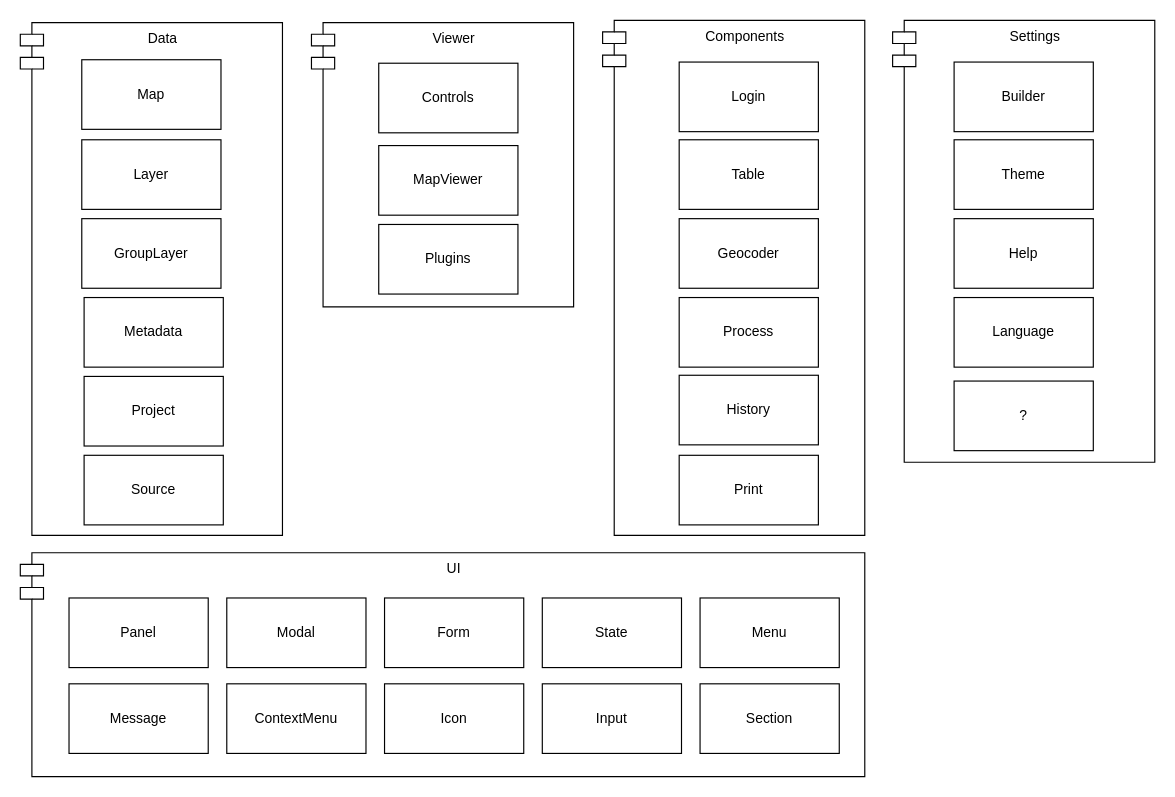
The draw.io diagram page "Modules" (1 of 2) of src/docs/diagrams/App.drawio in ign-argentina/argenmap, before the edit. Source tidied: cells renumbered, new cells numbered last; positions are measured from the earlier drawing's top-left corner, leaving out a move shared by most shapes. Both pictures are drawn from the tidied source at 116%, with x=0, y=0 at pixel (20, 20).
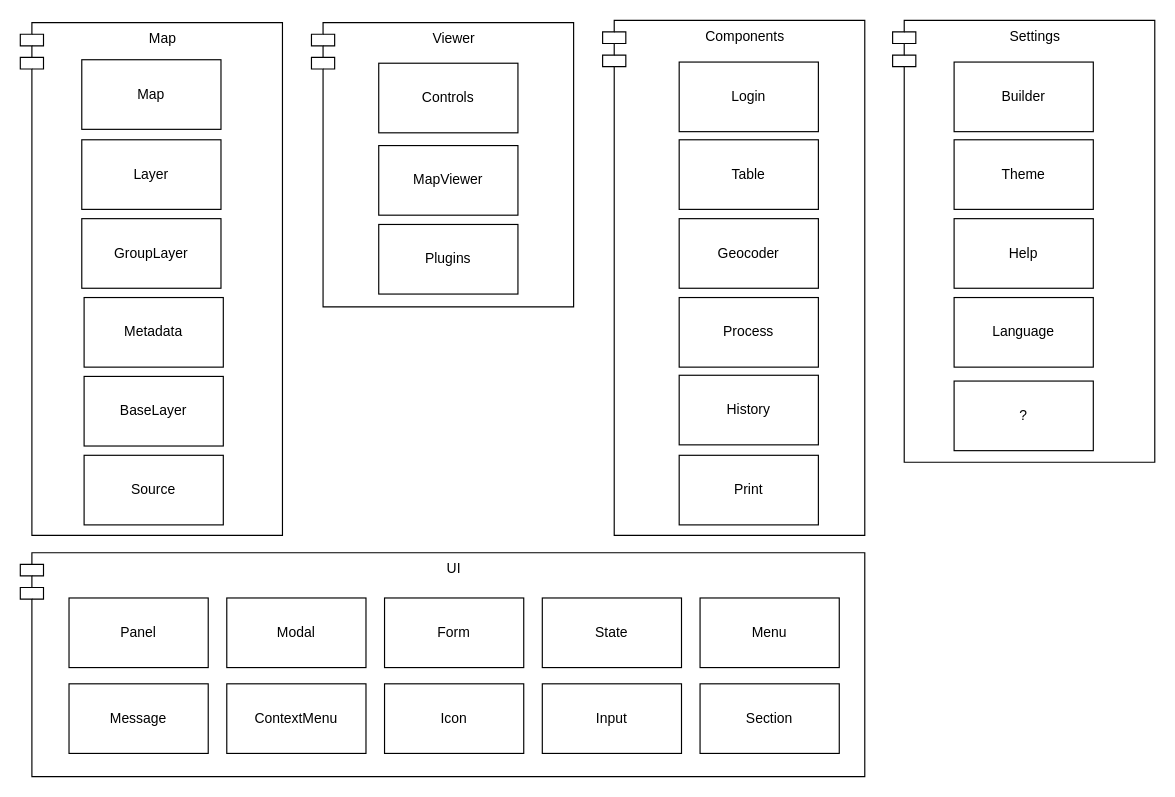
The same page after the edit.

What changed in the source:
```diff
@@
-    <mxCell id="5" value="Data" style="shape=module;align=left;spacingLeft=20;align=center;verticalAlign=top;" parent="1" vertex="1">
+    <mxCell id="5" value="Map" style="shape=module;align=left;spacingLeft=20;align=center;verticalAlign=top;" parent="1" vertex="1">
       <mxGeometry y="2" width="226" height="442" as="geometry" />
     </mxCell>
@@
-    <mxCell id="15" value="Project" style="rounded=0;whiteSpace=wrap;html=1;" parent="1" vertex="1">
+    <mxCell id="15" value="BaseLayer" style="rounded=0;whiteSpace=wrap;html=1;" parent="1" vertex="1">
       <mxGeometry x="55" y="307" width="120" height="60" as="geometry" />
     </mxCell>
```
